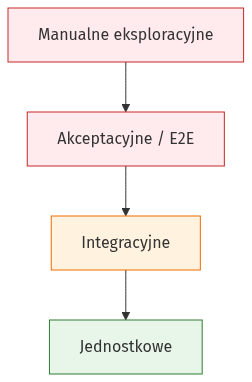
This is src/02-TDD/02-test-pyramid-quadrants/diagrams/01-test-pyramid.png from tborzyszkowski/python-test, a Mermaid export, as it was before one commit. Its source is kept beside it as src/02-TDD/02-test-pyramid-quadrants/diagrams/01-test-pyramid.mmd. The source it was exported from:
```mermaid
flowchart TB
    M["Manualne eksploracyjne"] --> A["Akceptacyjne / E2E"] --> I["Integracyjne"] --> U["Jednostkowe"]
    U:::cheap
    I:::medium
    A:::expensive
    M:::expensive
    classDef cheap fill:#e8f5e9,stroke:#2e7d32
    classDef medium fill:#fff3e0,stroke:#ef6c00
    classDef expensive fill:#ffebee,stroke:#c62828
```
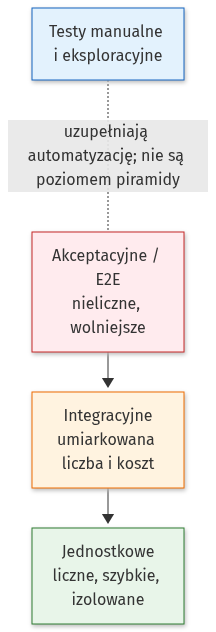
Later version of the same file.

Commit message:
feat: Enhance TDD documentation with diagrams and examples for better clarity

Change to the diagram source:
```diff
@@ -1,9 +1,17 @@
 flowchart TB
-    M["Manualne eksploracyjne"] --> A["Akceptacyjne / E2E"] --> I["Integracyjne"] --> U["Jednostkowe"]
-    U:::cheap
-    I:::medium
-    A:::expensive
-    M:::expensive
+    E["Akceptacyjne / E2E<br/>nieliczne, wolniejsze"]
+    I["Integracyjne<br/>umiarkowana liczba i koszt"]
+    U["Jednostkowe<br/>liczne, szybkie, izolowane"]
+    E --> I --> U
+
+    X["Testy manualne i eksploracyjne"]
+    X -. "uzupełniają automatyzację; nie są poziomem piramidy" .- E
+
     classDef cheap fill:#e8f5e9,stroke:#2e7d32
     classDef medium fill:#fff3e0,stroke:#ef6c00
     classDef expensive fill:#ffebee,stroke:#c62828
+    classDef complementary fill:#e3f2fd,stroke:#1565c0
+    class E expensive
+    class I medium
+    class U cheap
+    class X complementary
```
